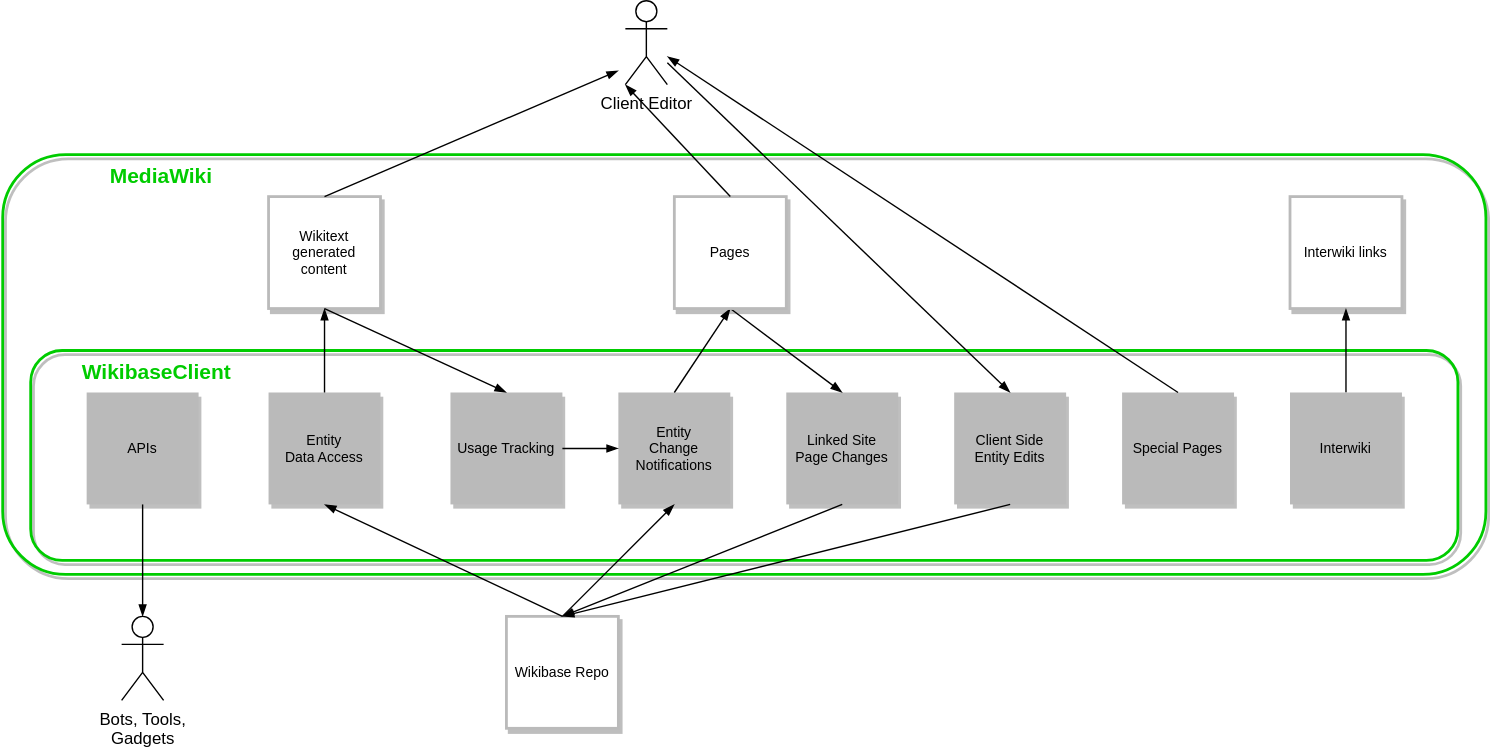
Earlier version of the draw.io export systems/WikibaseClient/diagrams/05-building-blocks.drawio.svg (wmde/wikidata-wikibase-architecture). Source tidied: cells renumbered, new cells last; positions are measured from the earlier drawing's top-left corner, leaving out a move shared by most shapes.
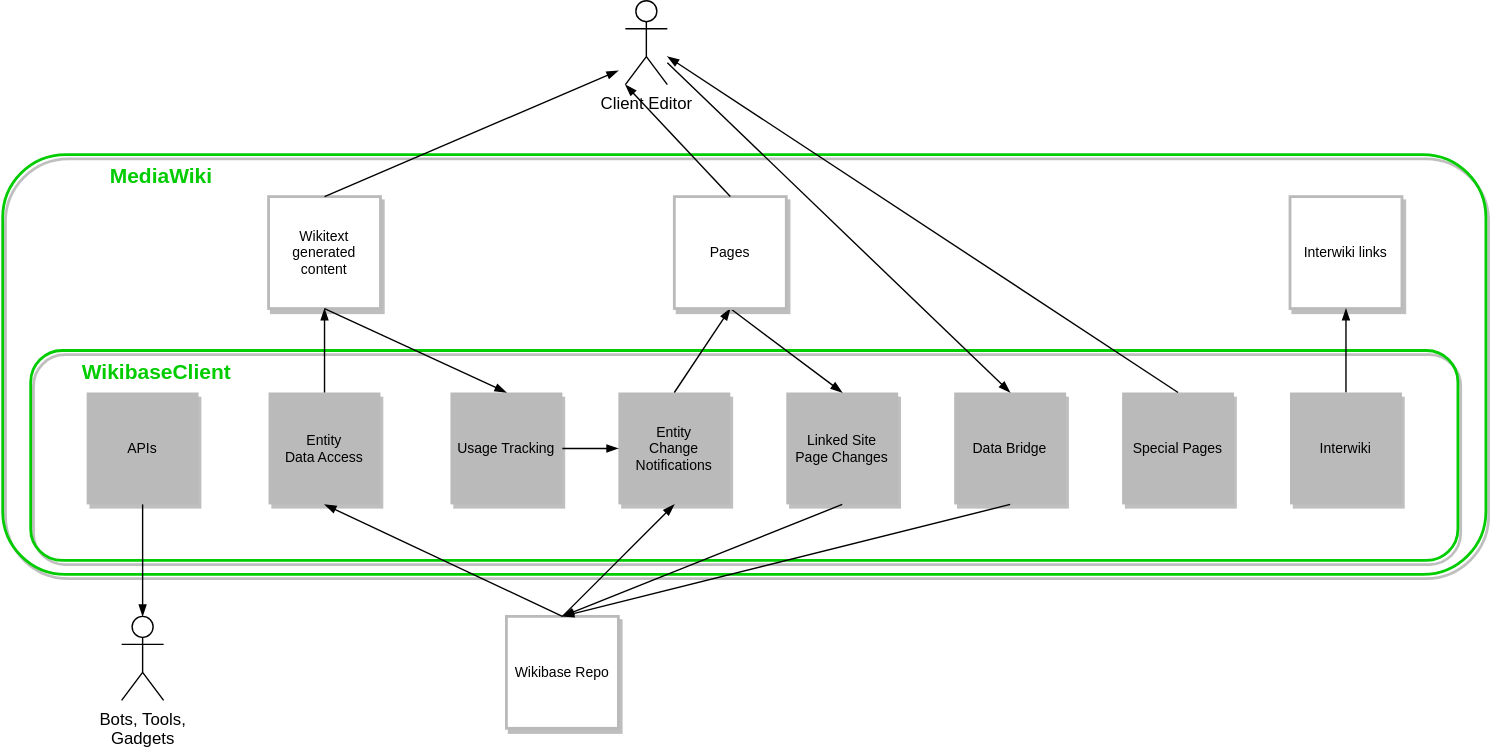
The same diagram one commit later.

Commit message:
Rename and re-organise "Data Bridge" section (#89)

Rename and re-organise "Data Bridge" section

This change removes the "Client Side Item Edits" header of the building
block section in favour of "Data Bridge". It also adds links to the
overview table and re-orders the subsections according to it.

Diff of the diagram source:
```diff
@@ -8,7 +8,7 @@
     <mxCell id="3" value="WikibaseClient" style="rounded=1;shadow=1;fontSize=15;fillColor=none;strokeColor=#00CC00;strokeWidth=2;fontColor=#00CC00;fontStyle=1;labelBorderColor=none;labelBackgroundColor=none;horizontal=1;verticalAlign=top;spacingRight=0;spacingLeft=35;align=left;" parent="1" vertex="1">
       <mxGeometry x="20" y="250" width="1020" height="150" as="geometry" />
     </mxCell>
-    <mxCell id="4" value="Client Side&#10;Entity Edits" style="rounded=0;shadow=1;fontSize=10;fontColor=#000000;strokeColor=none;direction=east;fillColor=#BABABA;" parent="1" vertex="1">
+    <mxCell id="4" value="Data Bridge" style="rounded=0;shadow=1;fontSize=10;fontColor=#000000;strokeColor=none;direction=east;fillColor=#BABABA;" parent="1" vertex="1">
       <mxGeometry x="680" y="280" width="80" height="80" as="geometry" />
     </mxCell>
     <mxCell id="5" value="Linked Site&#10;Page Changes" style="rounded=0;shadow=1;fontSize=10;fontColor=#000000;strokeColor=none;direction=west;fillColor=#BABABA;" parent="1" vertex="1">
```
